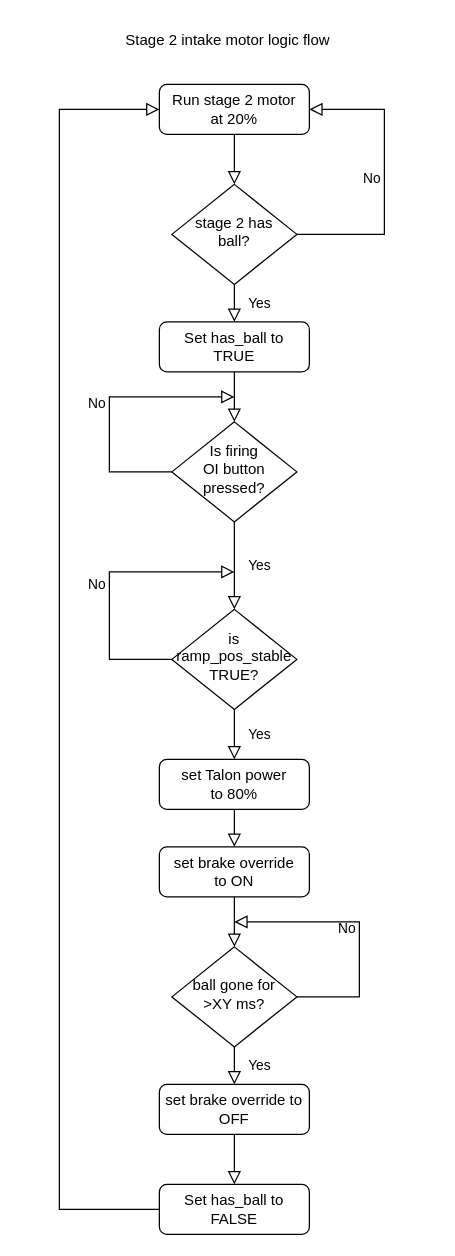
Earlier version of the draw.io diagram diagrams/stage 2 intake motor control.drawio (FRC-2928/VikingRobot2022). Source tidied: cells renumbered, new cells numbered last; positions are measured from the earlier drawing's top-left corner, leaving out a move shared by most shapes. Both pictures are drawn from the tidied source at 125%, with x=0, y=0 at pixel (21, 21).
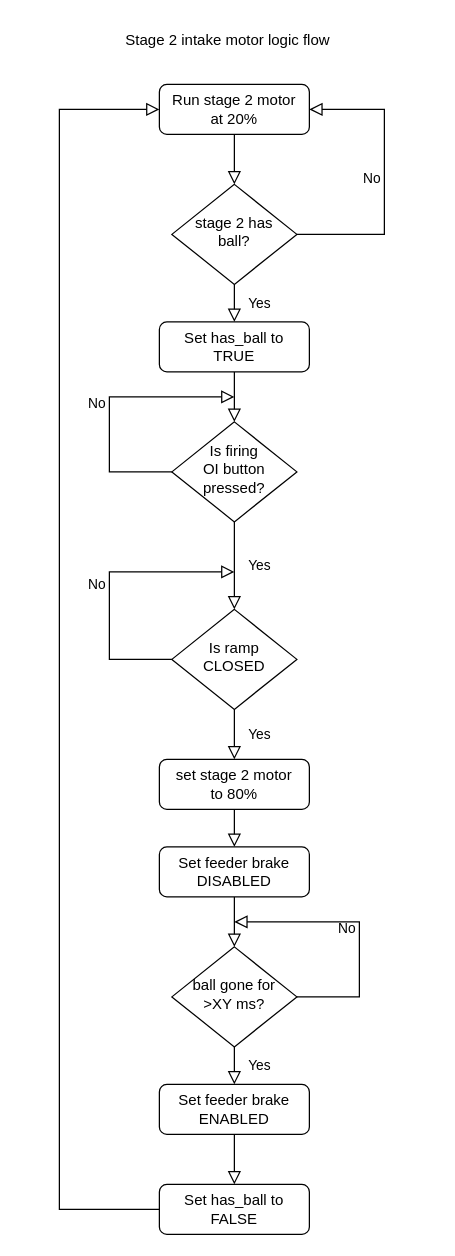
The same page after the edit.

Change to the diagram source:
```diff
@@
-    <mxCell id="8" value="&lt;div&gt;set Talon power&lt;/div&gt;&lt;div&gt;to 80%&lt;br&gt;&lt;/div&gt;" style="rounded=1;whiteSpace=wrap;html=1;fontSize=12;glass=0;strokeWidth=1;shadow=0;" parent="1" vertex="1">
+    <mxCell id="8" value="&lt;div&gt;set stage 2 motor&lt;/div&gt;&lt;div&gt;to 80%&lt;br&gt;&lt;/div&gt;" style="rounded=1;whiteSpace=wrap;html=1;fontSize=12;glass=0;strokeWidth=1;shadow=0;" parent="1" vertex="1">
       <mxGeometry x="110" y="590" width="120" height="40" as="geometry" />
     </mxCell>
-    <mxCell id="9" value="&lt;div&gt;set brake override&lt;/div&gt;&lt;div&gt;to ON&lt;br&gt;&lt;/div&gt;" style="rounded=1;whiteSpace=wrap;html=1;fontSize=12;glass=0;strokeWidth=1;shadow=0;" parent="1" vertex="1">
+    <mxCell id="9" value="&lt;div&gt;Set feeder brake&lt;/div&gt;&lt;div&gt;DISABLED&lt;/div&gt;" style="rounded=1;whiteSpace=wrap;html=1;fontSize=12;glass=0;strokeWidth=1;shadow=0;" parent="1" vertex="1">
       <mxGeometry x="110" y="660" width="120" height="40" as="geometry" />
     </mxCell>
@@
-    <mxCell id="17" value="&lt;div&gt;set brake override to&lt;/div&gt;&lt;div&gt;OFF&lt;/div&gt;" style="rounded=1;whiteSpace=wrap;html=1;fontSize=12;glass=0;strokeWidth=1;shadow=0;" parent="1" vertex="1">
+    <mxCell id="17" value="&lt;div&gt;Set feeder brake&lt;/div&gt;&lt;div&gt;ENABLED&lt;/div&gt;" style="rounded=1;whiteSpace=wrap;html=1;fontSize=12;glass=0;strokeWidth=1;shadow=0;" parent="1" vertex="1">
       <mxGeometry x="110" y="850" width="120" height="40" as="geometry" />
     </mxCell>
@@
-    <mxCell id="24" value="&lt;div&gt;is&lt;/div&gt;&lt;div&gt;ramp_pos_stable&lt;/div&gt;&lt;div&gt;TRUE?&lt;br&gt;&lt;/div&gt;" style="rhombus;whiteSpace=wrap;html=1;shadow=0;fontFamily=Helvetica;fontSize=12;align=center;strokeWidth=1;spacing=6;spacingTop=-4;" parent="1" vertex="1">
+    <mxCell id="24" value="&lt;div&gt;Is ramp&lt;/div&gt;&lt;div&gt;CLOSED&lt;/div&gt;" style="rhombus;whiteSpace=wrap;html=1;shadow=0;fontFamily=Helvetica;fontSize=12;align=center;strokeWidth=1;spacing=6;spacingTop=-4;" parent="1" vertex="1">
       <mxGeometry x="120" y="470" width="100" height="80" as="geometry" />
     </mxCell>
```
